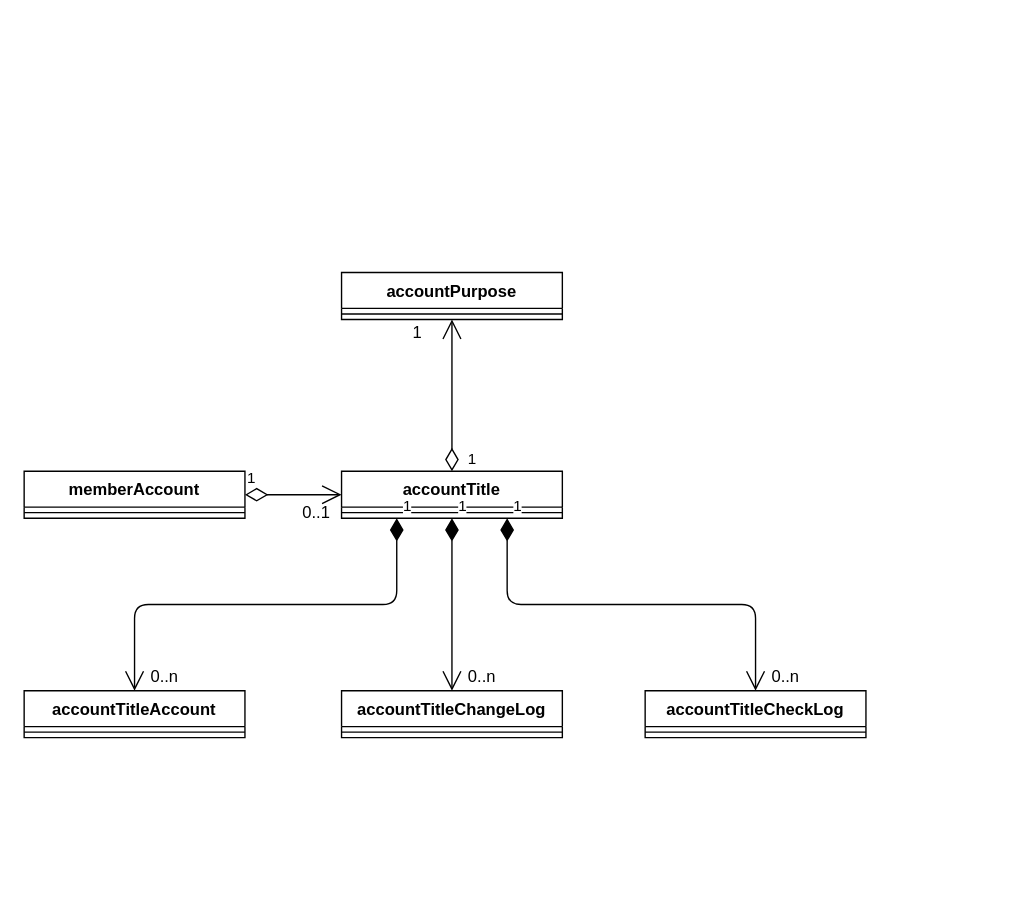
This is xc-account/design/account/accountTitleClassUML.drawio from waterStone528/job, a draw.io file, before an edit. Source tidied: cells renumbered, new cells numbered last; positions are measured from the earlier drawing's top-left corner, leaving out a move shared by most shapes. Both pictures are drawn from the tidied source at 138%, with x=0, y=0 at pixel (23, 272).
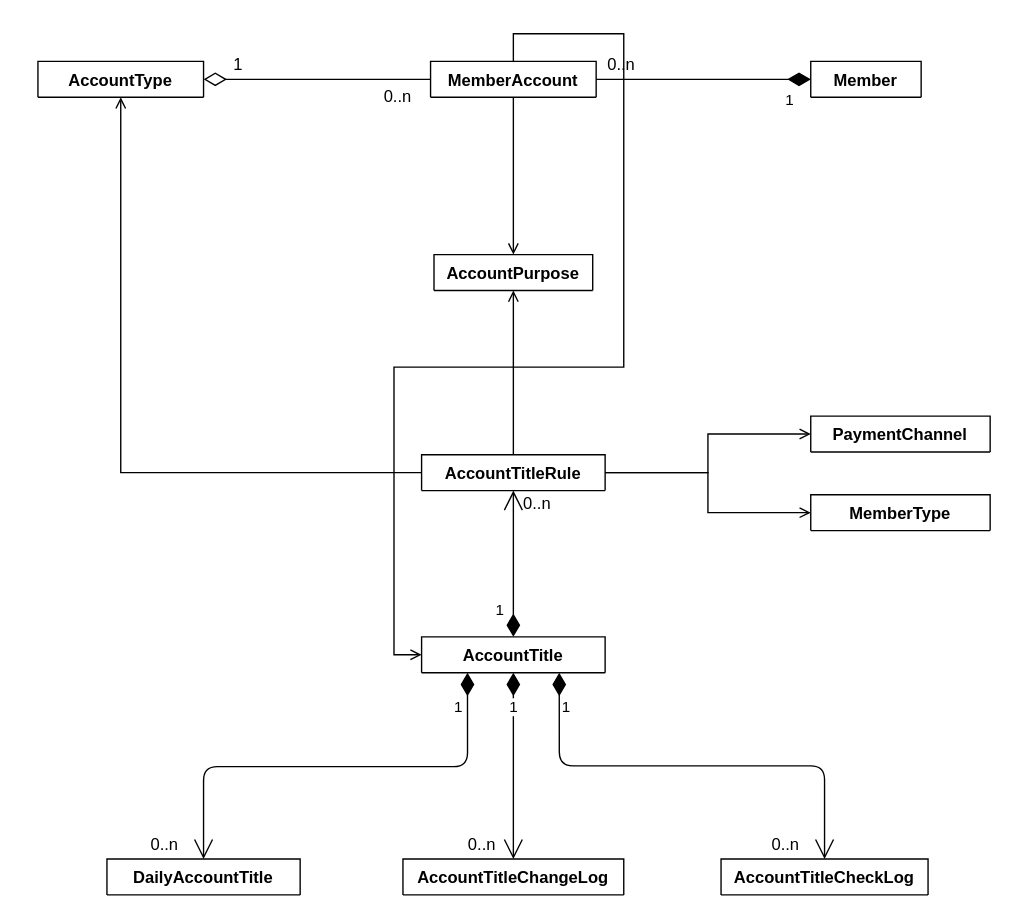
Above is the later version.

Change to the diagram source:
```diff
@@
-    <mxCell id="2" value="accountTitle&#10;&#10;" style="swimlane;fontStyle=1;align=center;verticalAlign=top;horizontal=1;startSize=26;" parent="1" vertex="1">
-      <mxGeometry x="230" y="144" width="160" height="34" as="geometry" />
+    <mxCell id="2" value="AccountTitle&#10;&#10;" style="swimlane;fontStyle=1;align=center;verticalAlign=top;horizontal=1;startSize=26;" parent="1" vertex="1" collapsed="1">
+      <mxGeometry x="288" y="264" width="133" height="26" as="geometry" />
     </mxCell>
-    <mxCell id="3" style="line;strokeWidth=1;fillColor=none;align=left;verticalAlign=middle;spacingTop=-1;spacingLeft=3;spacingRight=3;labelPosition=right;" parent="2" vertex="1">
-      <mxGeometry y="26" width="160" height="8" as="geometry" />
-    </mxCell>
+    <mxCell id="24" style="edgeStyle=orthogonalEdgeStyle;rounded=0;jettySize=auto;html=1;entryX=0;entryY=0.5;entryDx=0;entryDy=0;endArrow=open;endFill=0;exitX=1;exitY=0.5;exitDx=0;exitDy=0;" parent="1" edge="1" source="31" target="30">
+      <mxGeometry relative="1" as="geometry" />
+    </mxCell>
+    <mxCell id="25" style="edgeStyle=orthogonalEdgeStyle;rounded=0;jettySize=auto;html=1;entryX=0.5;entryY=1;entryDx=0;entryDy=0;startArrow=none;startFill=0;endArrow=open;endFill=0;exitX=0;exitY=0.5;exitDx=0;exitDy=0;" parent="1" edge="1" source="31" target="26">
+      <mxGeometry relative="1" as="geometry">
+        <Array as="points">
+          <mxPoint x="70" y="145" />
+        </Array>
+      </mxGeometry>
+    </mxCell>
-    <mxCell id="4" value="accountPurpose&#10;" style="swimlane;fontStyle=1;align=center;verticalAlign=top;horizontal=1;startSize=26;" parent="1" vertex="1">
-      <mxGeometry x="230" width="160" height="34" as="geometry" />
+    <mxCell id="4" value="AccountPurpose&#10;" style="swimlane;fontStyle=1;align=center;verticalAlign=top;horizontal=1;startSize=26;" parent="1" vertex="1" collapsed="1">
+      <mxGeometry x="297" y="-13" width="115" height="26" as="geometry" />
     </mxCell>
-    <mxCell id="5" style="line;strokeWidth=1;fillColor=none;align=left;verticalAlign=middle;spacingTop=-1;spacingLeft=3;spacingRight=3;labelPosition=right;" parent="4" vertex="1">
-      <mxGeometry y="26" width="160" height="8" as="geometry" />
-    </mxCell>
-    <mxCell id="6" value="accountTitleAccount&#10;&#10;" style="swimlane;fontStyle=1;align=center;verticalAlign=top;horizontal=1;startSize=26;" parent="1" vertex="1">
-      <mxGeometry y="303" width="160" height="34" as="geometry" />
+    <mxCell id="6" value="DailyAccountTitle&#10;&#10;" style="swimlane;fontStyle=1;align=center;verticalAlign=top;horizontal=1;startSize=26;" parent="1" vertex="1" collapsed="1">
+      <mxGeometry x="60" y="425" width="140" height="26" as="geometry" />
     </mxCell>
-    <mxCell id="7" style="line;strokeWidth=1;fillColor=none;align=left;verticalAlign=middle;spacingTop=-1;spacingLeft=3;spacingRight=3;labelPosition=right;" parent="6" vertex="1">
-      <mxGeometry y="26" width="160" height="8" as="geometry" />
-    </mxCell>
-    <mxCell id="8" value="accountTitleChangeLog&#10;&#10;" style="swimlane;fontStyle=1;align=center;verticalAlign=top;horizontal=1;startSize=26;" parent="1" vertex="1">
-      <mxGeometry x="230" y="303" width="160" height="34" as="geometry" />
+    <mxCell id="8" value="AccountTitleChangeLog&#10;&#10;" style="swimlane;fontStyle=1;align=center;verticalAlign=top;horizontal=1;startSize=26;" parent="1" vertex="1" collapsed="1">
+      <mxGeometry x="274.5" y="425" width="160" height="26" as="geometry" />
     </mxCell>
-    <mxCell id="9" style="line;strokeWidth=1;fillColor=none;align=left;verticalAlign=middle;spacingTop=-1;spacingLeft=3;spacingRight=3;labelPosition=right;" parent="8" vertex="1">
-      <mxGeometry y="26" width="160" height="8" as="geometry" />
-    </mxCell>
-    <mxCell id="10" value="accountTitleCheckLog&#10;&#10;" style="swimlane;fontStyle=1;align=center;verticalAlign=top;horizontal=1;startSize=26;" parent="1" vertex="1">
-      <mxGeometry x="450" y="303" width="160" height="34" as="geometry" />
+    <mxCell id="10" value="AccountTitleCheckLog&#10;&#10;" style="swimlane;fontStyle=1;align=center;verticalAlign=top;horizontal=1;startSize=26;" parent="1" vertex="1" collapsed="1">
+      <mxGeometry x="505" y="425" width="150" height="26" as="geometry" />
     </mxCell>
-    <mxCell id="11" style="line;strokeWidth=1;fillColor=none;align=left;verticalAlign=middle;spacingTop=-1;spacingLeft=3;spacingRight=3;labelPosition=right;" parent="10" vertex="1">
-      <mxGeometry y="26" width="160" height="8" as="geometry" />
-    </mxCell>
-    <mxCell id="12" value="1" style="endArrow=open;html=1;endSize=12;startArrow=diamondThin;startSize=14;startFill=0;edgeStyle=orthogonalEdgeStyle;align=left;verticalAlign=bottom;exitX=0.5;exitY=0;exitDx=0;exitDy=0;entryX=0.5;entryY=1;entryDx=0;entryDy=0;" parent="1" edge="1" source="2" target="4">
-      <mxGeometry x="-1" y="-10" relative="1" as="geometry" />
-    </mxCell>
-    <mxCell id="13" value="1" style="text;html=1;align=left;verticalAlign=top;spacingTop=-4;" parent="1" vertex="1">
-      <mxGeometry x="280" y="34" width="20" height="20" as="geometry" />
-    </mxCell>
     <mxCell id="14" value="1" style="endArrow=open;html=1;endSize=12;startArrow=diamondThin;startSize=14;startFill=1;edgeStyle=orthogonalEdgeStyle;align=left;verticalAlign=bottom;exitX=0.25;exitY=1;exitDx=0;exitDy=0;entryX=0.5;entryY=0;entryDx=0;entryDy=0;" parent="1" edge="1" source="2" target="6">
-      <mxGeometry x="-1" y="3" relative="1" as="geometry" />
+      <mxGeometry x="-0.79" y="-11" relative="1" as="geometry">
+        <Array as="points">
+          <mxPoint x="321" y="358" />
+          <mxPoint x="130" y="358" />
+        </Array>
+      </mxGeometry>
     </mxCell>
     <mxCell id="15" value="1" style="endArrow=open;html=1;endSize=12;startArrow=diamondThin;startSize=14;startFill=1;edgeStyle=orthogonalEdgeStyle;align=left;verticalAlign=bottom;entryX=0.5;entryY=0;entryDx=0;entryDy=0;exitX=0.5;exitY=1;exitDx=0;exitDy=0;" parent="1" edge="1" source="2" target="8">
-      <mxGeometry x="-1" y="3" relative="1" as="geometry" />
+      <mxGeometry x="-0.5" y="-5" relative="1" as="geometry" />
     </mxCell>
     <mxCell id="16" value="1" style="endArrow=open;html=1;endSize=12;startArrow=diamondThin;startSize=14;startFill=1;edgeStyle=orthogonalEdgeStyle;align=left;verticalAlign=bottom;exitX=0.75;exitY=1;exitDx=0;exitDy=0;" parent="1" edge="1" source="2" target="10">
-      <mxGeometry x="-1" y="3" relative="1" as="geometry" />
+      <mxGeometry x="-0.79" relative="1" as="geometry" />
     </mxCell>
     <mxCell id="17" value="0..n" style="text;html=1;align=left;verticalAlign=top;spacingTop=-4;" parent="1" vertex="1">
-      <mxGeometry x="90" y="283" width="40" height="20" as="geometry" />
+      <mxGeometry x="90" y="405" width="40" height="20" as="geometry" />
     </mxCell>
     <mxCell id="18" value="0..n" style="text;html=1;align=left;verticalAlign=top;spacingTop=-4;" parent="1" vertex="1">
-      <mxGeometry x="320" y="283" width="40" height="20" as="geometry" />
+      <mxGeometry x="320" y="405" width="40" height="20" as="geometry" />
     </mxCell>
     <mxCell id="19" value="0..n" style="text;html=1;align=left;verticalAlign=top;spacingTop=-4;" parent="1" vertex="1">
-      <mxGeometry x="540" y="283" width="40" height="20" as="geometry" />
+      <mxGeometry x="540" y="405" width="40" height="20" as="geometry" />
     </mxCell>
+    <mxCell id="22" value="MemberAccount" style="swimlane;fontStyle=1;align=center;verticalAlign=top;horizontal=1;startSize=26;" parent="1" vertex="1" collapsed="1">
+      <mxGeometry x="294.5" y="-153" width="120" height="26" as="geometry" />
+    </mxCell>
+    <mxCell id="26" value="AccountType" style="swimlane;fontStyle=1;align=center;verticalAlign=top;horizontal=1;startSize=26;" parent="1" vertex="1" collapsed="1">
+      <mxGeometry x="10" y="-153" width="120" height="26" as="geometry" />
+    </mxCell>
+    <mxCell id="27" value="Member" style="swimlane;fontStyle=1;align=center;verticalAlign=top;horizontal=1;startSize=26;" parent="1" vertex="1" collapsed="1">
+      <mxGeometry x="570" y="-153" width="80" height="26" as="geometry" />
+    </mxCell>
+    <mxCell id="28" value="1" style="endArrow=none;html=1;endSize=12;startArrow=diamondThin;startSize=14;startFill=1;edgeStyle=orthogonalEdgeStyle;align=left;verticalAlign=bottom;exitX=0;exitY=0.5;exitDx=0;exitDy=0;entryX=1;entryY=0.5;entryDx=0;entryDy=0;endFill=0;" parent="1" edge="1" source="27" target="22">
+      <mxGeometry x="-0.74" y="24" relative="1" as="geometry" />
+    </mxCell>
+    <mxCell id="29" style="endArrow=none;html=1;endSize=12;startArrow=diamondThin;startSize=14;startFill=0;edgeStyle=orthogonalEdgeStyle;align=left;verticalAlign=bottom;exitX=1;exitY=0.5;exitDx=0;exitDy=0;entryX=0;entryY=0.5;entryDx=0;entryDy=0;endFill=0;" parent="1" edge="1" source="26" target="22">
+      <mxGeometry y="28" relative="1" as="geometry" />
+    </mxCell>
+    <mxCell id="30" value="MemberType" style="swimlane;fontStyle=1;align=center;verticalAlign=top;horizontal=1;startSize=26;" parent="1" vertex="1" collapsed="1">
+      <mxGeometry x="570" y="161" width="130" height="26" as="geometry" />
+    </mxCell>
+    <mxCell id="31" value="AccountTitleRule" style="swimlane;fontStyle=1;align=center;verticalAlign=top;horizontal=1;startSize=26;" parent="1" vertex="1" collapsed="1">
+      <mxGeometry x="288" y="132" width="133" height="26" as="geometry" />
+    </mxCell>
+    <mxCell id="32" style="edgeStyle=orthogonalEdgeStyle;rounded=0;jettySize=auto;html=1;entryX=0.5;entryY=1;entryDx=0;entryDy=0;endArrow=open;endFill=0;exitX=0.5;exitY=0;exitDx=0;exitDy=0;" parent="1" edge="1" source="31" target="4">
+      <mxGeometry relative="1" as="geometry" />
+    </mxCell>
+    <mxCell id="33" value="PaymentChannel&#10;" style="swimlane;fontStyle=1;align=center;verticalAlign=top;horizontal=1;startSize=26;" parent="1" vertex="1" collapsed="1">
+      <mxGeometry x="570" y="104" width="130" height="26" as="geometry" />
+    </mxCell>
+    <mxCell id="34" style="edgeStyle=orthogonalEdgeStyle;rounded=0;jettySize=auto;html=1;entryX=0;entryY=0.5;entryDx=0;entryDy=0;endArrow=open;endFill=0;exitX=1;exitY=0.5;exitDx=0;exitDy=0;" parent="1" edge="1" source="31" target="33">
+      <mxGeometry relative="1" as="geometry" />
+    </mxCell>
+    <mxCell id="35" value="0..n" style="text;html=1;align=left;verticalAlign=top;spacingTop=-4;" parent="1" vertex="1">
+      <mxGeometry x="421" y="-160" width="40" height="20" as="geometry" />
+    </mxCell>
+    <mxCell id="13" value="1" style="text;html=1;align=left;verticalAlign=top;spacingTop=-4;" parent="1" vertex="1">
+      <mxGeometry x="150" y="-160" width="20" height="20" as="geometry" />
+    </mxCell>
+    <mxCell id="36" value="0..n" style="text;html=1;align=left;verticalAlign=top;spacingTop=-4;" parent="1" vertex="1">
+      <mxGeometry x="259" y="-137" width="40" height="20" as="geometry" />
+    </mxCell>
+    <mxCell id="37" style="edgeStyle=orthogonalEdgeStyle;rounded=0;jettySize=auto;html=1;entryX=0.5;entryY=0;entryDx=0;entryDy=0;endArrow=open;endFill=0;exitX=0.5;exitY=1;exitDx=0;exitDy=0;" parent="1" edge="1" source="22" target="4">
+      <mxGeometry relative="1" as="geometry" />
+    </mxCell>
+    <mxCell id="38" value="0..n" style="text;html=1;align=left;verticalAlign=top;spacingTop=-4;" parent="1" vertex="1">
+      <mxGeometry x="360" y="158" width="40" height="20" as="geometry" />
+    </mxCell>
-    <mxCell id="20" value="1" style="endArrow=open;html=1;endSize=12;startArrow=diamondThin;startSize=14;startFill=0;edgeStyle=orthogonalEdgeStyle;align=left;verticalAlign=bottom;exitX=1;exitY=0.5;exitDx=0;exitDy=0;entryX=0;entryY=0.5;entryDx=0;entryDy=0;" parent="1" edge="1" source="22" target="2">
-      <mxGeometry x="-1" y="3" relative="1" as="geometry" />
+    <mxCell id="20" style="edgeStyle=orthogonalEdgeStyle;rounded=0;jettySize=auto;html=1;entryX=0;entryY=0.5;entryDx=0;entryDy=0;endArrow=open;endFill=0;exitX=0.5;exitY=0;exitDx=0;exitDy=0;" parent="1" edge="1" source="22" target="2">
+      <mxGeometry relative="1" as="geometry" />
     </mxCell>
-    <mxCell id="21" value="0..1" style="text;html=1;align=left;verticalAlign=top;spacingTop=-4;" parent="1" vertex="1">
-      <mxGeometry x="200" y="164" width="40" height="20" as="geometry" />
-    </mxCell>
-    <mxCell id="22" value="memberAccount" style="swimlane;fontStyle=1;align=center;verticalAlign=top;horizontal=1;startSize=26;" parent="1" vertex="1">
-      <mxGeometry y="144" width="160" height="34" as="geometry" />
-    </mxCell>
-    <mxCell id="23" style="line;strokeWidth=1;fillColor=none;align=left;verticalAlign=middle;spacingTop=-1;spacingLeft=3;spacingRight=3;labelPosition=right;" parent="22" vertex="1">
-      <mxGeometry y="26" width="160" height="8" as="geometry" />
-    </mxCell>
+    <mxCell id="39" value="1" style="endArrow=open;html=1;endSize=12;startArrow=diamondThin;startSize=14;startFill=1;edgeStyle=orthogonalEdgeStyle;align=left;verticalAlign=bottom;exitX=0.5;exitY=0;exitDx=0;exitDy=0;entryX=0.5;entryY=1;entryDx=0;entryDy=0;" parent="1" edge="1" source="2" target="31">
+      <mxGeometry x="-0.81" y="15" relative="1" as="geometry" />
+    </mxCell>
```
